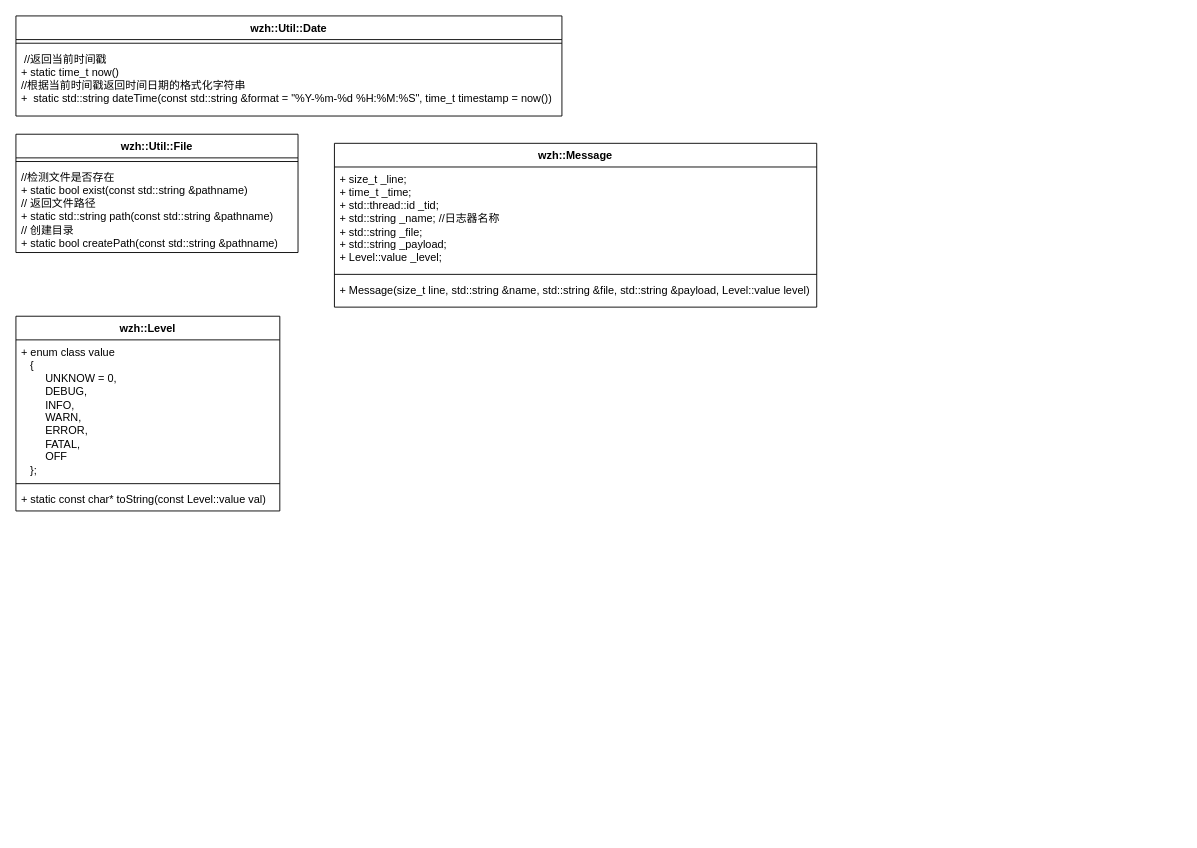
This is LogSystem.drawio from Elio265/LogSystem, a draw.io file, before an edit. Source tidied: cells renumbered, new cells numbered last; positions are measured from the earlier drawing's top-left corner, leaving out a move shared by most shapes. Both pictures are drawn from the tidied source at 91%, with x=0, y=0 at pixel (15, 15).
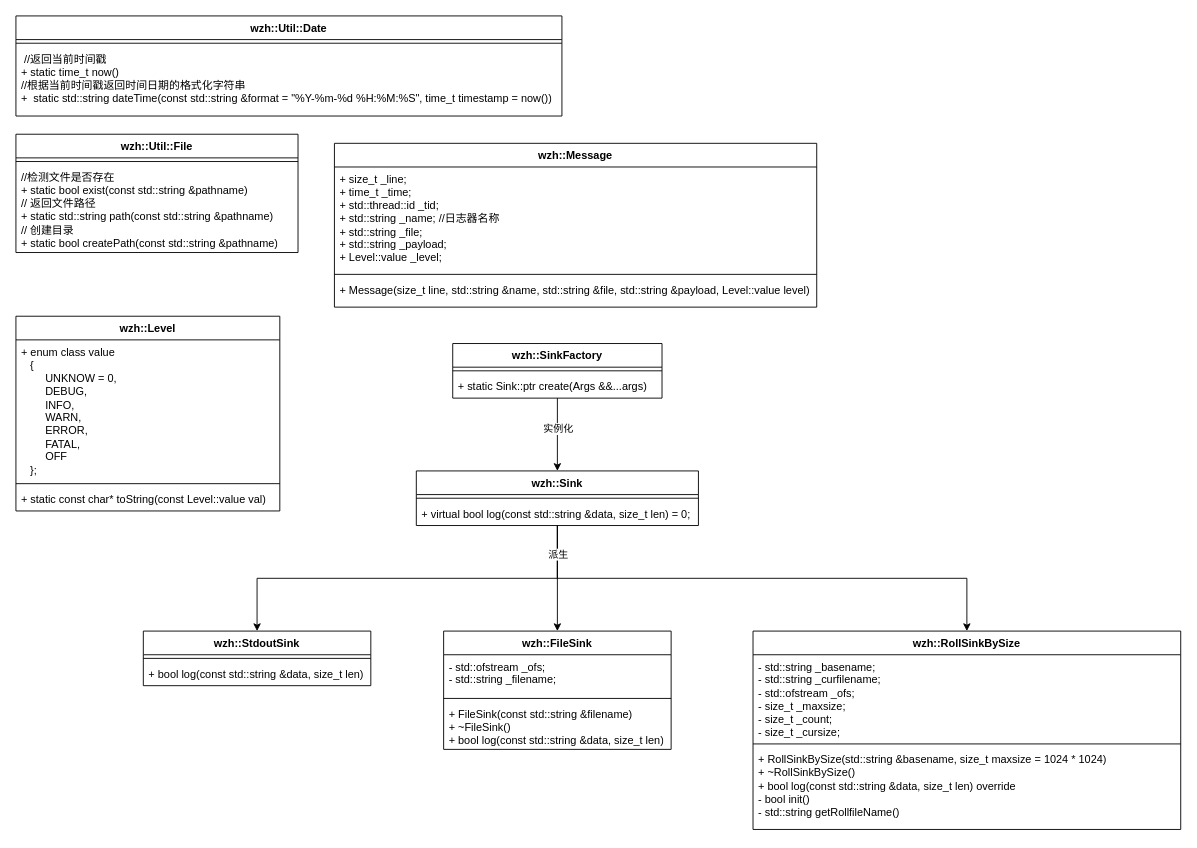
After the change.

Change to the diagram source:
```diff
@@
+    <mxCell id="16" style="edgeStyle=orthogonalEdgeStyle;rounded=0;jettySize=auto;html=1;exitX=0.5;exitY=1;exitDx=0;exitDy=0;entryX=0.5;entryY=0;entryDx=0;entryDy=0;" parent="1" edge="1" source="20" target="23">
+      <mxGeometry relative="1" as="geometry" />
+    </mxCell>
+    <mxCell id="17" style="edgeStyle=orthogonalEdgeStyle;rounded=0;jettySize=auto;html=1;exitX=0.5;exitY=1;exitDx=0;exitDy=0;entryX=0.5;entryY=0;entryDx=0;entryDy=0;" parent="1" edge="1" source="20" target="26">
+      <mxGeometry relative="1" as="geometry" />
+    </mxCell>
+    <mxCell id="18" style="edgeStyle=orthogonalEdgeStyle;rounded=0;jettySize=auto;html=1;exitX=0.5;exitY=1;exitDx=0;exitDy=0;" parent="1" edge="1" source="20" target="30">
+      <mxGeometry relative="1" as="geometry" />
+    </mxCell>
+    <mxCell id="19" value="派生" style="edgeLabel;html=1;align=center;verticalAlign=middle;" parent="18" vertex="1">
+      <mxGeometry x="-0.89" relative="1" as="geometry" />
+    </mxCell>
+    <mxCell id="20" value="wzh::Sink" style="swimlane;fontStyle=1;align=center;verticalAlign=top;horizontal=1;startSize=26;whiteSpace=wrap;html=1;" parent="1" vertex="1">
+      <mxGeometry x="440" y="500" width="310" height="60" as="geometry" />
+    </mxCell>
+    <mxCell id="21" style="line;strokeWidth=1;fillColor=none;align=left;verticalAlign=middle;spacingTop=-1;spacingLeft=3;spacingRight=3;labelPosition=right;strokeColor=inherit;" parent="20" vertex="1">
+      <mxGeometry y="26" width="310" height="8" as="geometry" />
+    </mxCell>
+    <mxCell id="22" value="+&amp;nbsp;virtual bool log(const std::string &amp;amp;data, size_t len) = 0;" style="text;strokeColor=none;fillColor=none;align=left;verticalAlign=top;spacingLeft=4;spacingRight=4;overflow=hidden;whiteSpace=wrap;html=1;" parent="20" vertex="1">
+      <mxGeometry y="34" width="310" height="26" as="geometry" />
+    </mxCell>
+    <mxCell id="23" value="wzh::StdoutSink" style="swimlane;fontStyle=1;align=center;verticalAlign=top;horizontal=1;startSize=26;whiteSpace=wrap;html=1;" parent="1" vertex="1">
+      <mxGeometry x="140" y="676" width="250" height="60" as="geometry" />
+    </mxCell>
+    <mxCell id="24" style="line;strokeWidth=1;fillColor=none;align=left;verticalAlign=middle;spacingTop=-1;spacingLeft=3;spacingRight=3;labelPosition=right;strokeColor=inherit;" parent="23" vertex="1">
+      <mxGeometry y="26" width="250" height="8" as="geometry" />
+    </mxCell>
+    <mxCell id="25" value="+&amp;nbsp;bool log(const std::string &amp;amp;data, size_t len)" style="text;strokeColor=none;fillColor=none;align=left;verticalAlign=top;spacingLeft=4;spacingRight=4;overflow=hidden;whiteSpace=wrap;html=1;" parent="23" vertex="1">
+      <mxGeometry y="34" width="250" height="26" as="geometry" />
+    </mxCell>
+    <mxCell id="26" value="wzh::FileSink" style="swimlane;fontStyle=1;align=center;verticalAlign=top;horizontal=1;startSize=26;whiteSpace=wrap;html=1;" parent="1" vertex="1">
+      <mxGeometry x="470" y="676" width="250" height="130" as="geometry" />
+    </mxCell>
+    <mxCell id="27" value="-&amp;nbsp;std::ofstream _ofs;&lt;div&gt;-&amp;nbsp;std::string _filename;&lt;/div&gt;" style="text;strokeColor=none;fillColor=none;align=left;verticalAlign=top;spacingLeft=4;spacingRight=4;overflow=hidden;whiteSpace=wrap;html=1;" parent="26" vertex="1">
+      <mxGeometry y="26" width="250" height="44" as="geometry" />
+    </mxCell>
+    <mxCell id="28" style="line;strokeWidth=1;fillColor=none;align=left;verticalAlign=middle;spacingTop=-1;spacingLeft=3;spacingRight=3;labelPosition=right;strokeColor=inherit;" parent="26" vertex="1">
+      <mxGeometry y="70" width="250" height="8" as="geometry" />
+    </mxCell>
+    <mxCell id="29" value="&lt;div&gt;+&amp;nbsp;FileSink(const std::string &amp;amp;filename)&lt;/div&gt;&lt;div&gt;+&amp;nbsp;~FileSink()&amp;nbsp;&lt;/div&gt;+&amp;nbsp;bool log(const std::string &amp;amp;data, size_t len)" style="text;strokeColor=none;fillColor=none;align=left;verticalAlign=top;spacingLeft=4;spacingRight=4;overflow=hidden;whiteSpace=wrap;html=1;" parent="26" vertex="1">
+      <mxGeometry y="78" width="250" height="52" as="geometry" />
+    </mxCell>
+    <mxCell id="30" value="wzh::RollSinkBySize" style="swimlane;fontStyle=1;align=center;verticalAlign=top;horizontal=1;startSize=26;whiteSpace=wrap;html=1;" parent="1" vertex="1">
+      <mxGeometry x="810" y="676" width="470" height="218" as="geometry" />
+    </mxCell>
+    <mxCell id="31" value="&lt;div&gt;- std::string _basename;&lt;/div&gt;&lt;div&gt;- std::string _curfilename;&lt;/div&gt;&lt;div&gt;- std::ofstream _ofs;&lt;/div&gt;&lt;div&gt;- size_t _maxsize;&lt;/div&gt;&lt;div&gt;- size_t _count;&lt;/div&gt;&lt;div&gt;- size_t _cursize;&lt;/div&gt;" style="text;strokeColor=none;fillColor=none;align=left;verticalAlign=top;spacingLeft=4;spacingRight=4;overflow=hidden;whiteSpace=wrap;html=1;" parent="30" vertex="1">
+      <mxGeometry y="26" width="470" height="94" as="geometry" />
+    </mxCell>
+    <mxCell id="32" style="line;strokeWidth=1;fillColor=none;align=left;verticalAlign=middle;spacingTop=-1;spacingLeft=3;spacingRight=3;labelPosition=right;strokeColor=inherit;" parent="30" vertex="1">
+      <mxGeometry y="120" width="470" height="8" as="geometry" />
+    </mxCell>
+    <mxCell id="33" value="+&amp;nbsp;RollSinkBySize(std::string &amp;amp;basename, size_t maxsize = 1024 * 1024)&lt;div&gt;+&amp;nbsp;~RollSinkBySize()&lt;/div&gt;&lt;div&gt;+&amp;nbsp;bool log(const std::string &amp;amp;data, size_t len) override&lt;/div&gt;&lt;div&gt;-&amp;nbsp;bool init()&lt;/div&gt;&lt;div&gt;-&amp;nbsp;std::string getRollfileName()&lt;/div&gt;&lt;div&gt;&lt;br&gt;&lt;/div&gt;" style="text;strokeColor=none;fillColor=none;align=left;verticalAlign=top;spacingLeft=4;spacingRight=4;overflow=hidden;whiteSpace=wrap;html=1;" parent="30" vertex="1">
+      <mxGeometry y="128" width="470" height="90" as="geometry" />
+    </mxCell>
+    <mxCell id="34" style="edgeStyle=orthogonalEdgeStyle;rounded=0;jettySize=auto;html=1;" parent="1" edge="1" source="36" target="20">
+      <mxGeometry relative="1" as="geometry" />
+    </mxCell>
+    <mxCell id="35" value="实例化" style="edgeLabel;html=1;align=center;verticalAlign=middle;" parent="34" vertex="1">
+      <mxGeometry x="-0.17" relative="1" as="geometry" />
+    </mxCell>
+    <mxCell id="36" value="wzh::SinkFactory" style="swimlane;fontStyle=1;align=center;verticalAlign=top;horizontal=1;startSize=26;whiteSpace=wrap;html=1;" parent="1" vertex="1">
+      <mxGeometry x="480" y="360" width="230" height="60" as="geometry" />
+    </mxCell>
+    <mxCell id="37" style="line;strokeWidth=1;fillColor=none;align=left;verticalAlign=middle;spacingTop=-1;spacingLeft=3;spacingRight=3;labelPosition=right;strokeColor=inherit;" parent="36" vertex="1">
+      <mxGeometry y="26" width="230" height="8" as="geometry" />
+    </mxCell>
+    <mxCell id="38" value="+&amp;nbsp;static Sink::ptr create(Args &amp;amp;&amp;amp;...args)" style="text;strokeColor=none;fillColor=none;align=left;verticalAlign=top;spacingLeft=4;spacingRight=4;overflow=hidden;whiteSpace=wrap;html=1;" parent="36" vertex="1">
+      <mxGeometry y="34" width="230" height="26" as="geometry" />
+    </mxCell>
```
